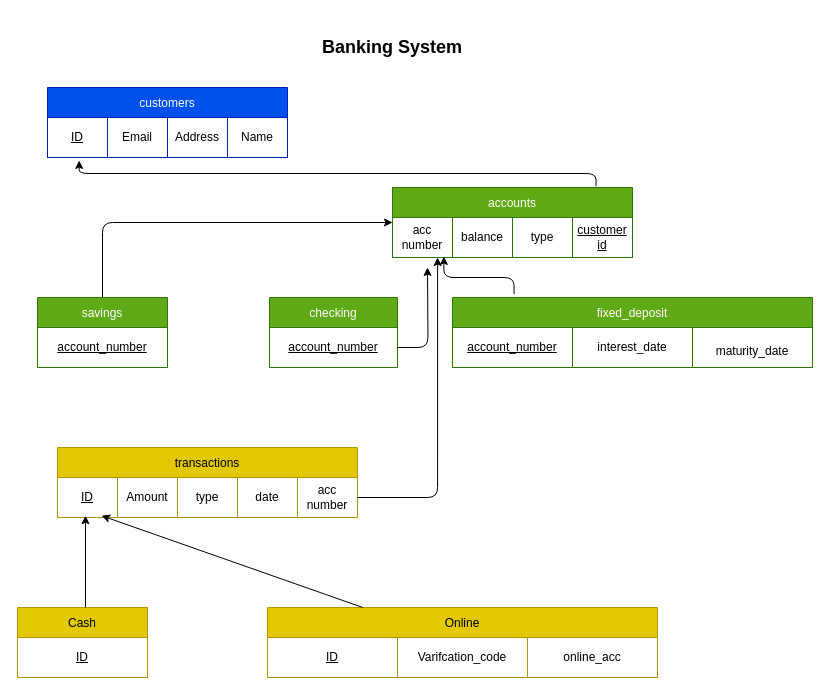
Earlier version of the draw.io diagram Mapping/task_3..drawio (mariamnabeh/Database-ERD-EERD-Models). Source tidied: cells renumbered, new cells numbered last; positions are measured from the earlier drawing's top-left corner, leaving out a move shared by most shapes. Both pictures are drawn from the tidied source at 100%, with x=0, y=0 at pixel (17, 17).
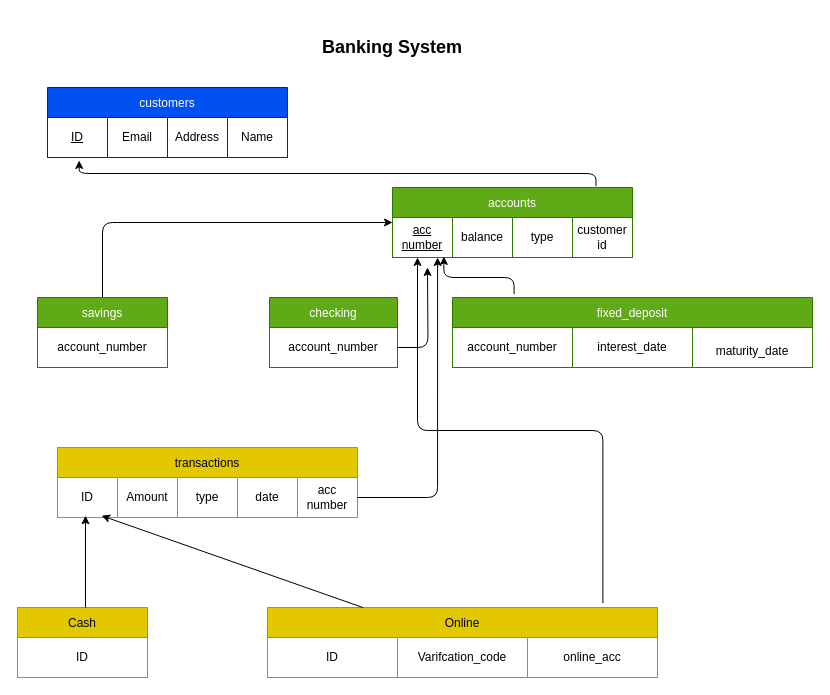
The same diagram, later.

Unchanged cells that the change refers to:
```xml
<mxCell id="10" style="shape=tableRow;horizontal=0;startSize=0;swimlaneHead=0;swimlaneBody=0;strokeColor=inherit;fillColor=none;points=[[0,0.5],[1,0.5]];portConstraint=eastwest;fixedHeader=1;" parent="9" vertex="1">
  <mxGeometry y="30" width="240" height="40" as="geometry" />
</mxCell>
<mxCell id="17" style="shape=tableRow;horizontal=0;startSize=0;swimlaneHead=0;swimlaneBody=0;strokeColor=inherit;fillColor=none;points=[[0,0.5],[1,0.5]];portConstraint=eastwest;fixedHeader=1;" parent="16" vertex="1">
  <mxGeometry y="30" width="128" height="40" as="geometry" />
</mxCell>
<mxCell id="21" style="shape=tableRow;horizontal=0;startSize=0;swimlaneHead=0;swimlaneBody=0;strokeColor=inherit;fillColor=none;fixedHeader=1;" parent="20" vertex="1">
  <mxGeometry y="30" width="130" height="40" as="geometry" />
</mxCell>
<mxCell id="24" style="shape=tableRow;horizontal=0;startSize=0;swimlaneHead=0;swimlaneBody=0;strokeColor=inherit;fillColor=none;fixedHeader=1;" parent="23" vertex="1">
  <mxGeometry y="30" width="360" height="40" as="geometry" />
</mxCell>
<mxCell id="31" style="shape=tableRow;horizontal=0;startSize=0;swimlaneHead=0;swimlaneBody=0;strokeColor=inherit;fillColor=none;points=[[0,0.5],[1,0.5]];portConstraint=eastwest;fixedHeader=1;" parent="30" vertex="1">
  <mxGeometry y="30" width="300" height="40" as="geometry" />
</mxCell>
<mxCell id="38" value="Online" style="shape=table;startSize=30;childLayout=tableLayout;fixedHeader=1;tableRender=collapsed;fillColor=#e3c800;fontColor=#000000;strokeColor=#B09500;" parent="1" vertex="1">
  <mxGeometry x="250" y="590" width="390" height="70" as="geometry" />
</mxCell>
<mxCell id="39" style="shape=tableRow;horizontal=0;startSize=0;swimlaneHead=0;swimlaneBody=0;strokeColor=inherit;fillColor=none;fixedHeader=1;" parent="38" vertex="1">
  <mxGeometry y="30" width="390" height="40" as="geometry" />
</mxCell>
<mxCell id="44" style="shape=tableRow;horizontal=0;startSize=0;swimlaneHead=0;swimlaneBody=0;strokeColor=inherit;fillColor=none;fixedHeader=1;" parent="43" vertex="1">
  <mxGeometry y="30" width="130" height="40" as="geometry" />
</mxCell>
```

Change to the diagram source:
```diff
@@
-    <mxCell id="11" value="acc number" style="shape=partialRectangle;html=1;whiteSpace=wrap;strokeColor=inherit;overflow=hidden;fillColor=none;" parent="10" vertex="1">
+    <mxCell id="11" value="&lt;u&gt;acc number&lt;/u&gt;" style="shape=partialRectangle;html=1;whiteSpace=wrap;strokeColor=inherit;overflow=hidden;fillColor=none;" parent="10" vertex="1">
       <mxGeometry width="60" height="40" as="geometry" />
     </mxCell>
@@
-    <mxCell id="14" value="&lt;u&gt;customer&lt;/u&gt;&lt;div&gt;&lt;u&gt;id&lt;/u&gt;&lt;/div&gt;" style="shape=partialRectangle;html=1;whiteSpace=wrap;strokeColor=inherit;overflow=hidden;fillColor=none;" parent="10" vertex="1">
+    <mxCell id="14" value="customer&lt;div&gt;id&lt;/div&gt;" style="shape=partialRectangle;html=1;whiteSpace=wrap;strokeColor=inherit;overflow=hidden;fillColor=none;" parent="10" vertex="1">
       <mxGeometry x="180" width="60" height="40" as="geometry" />
     </mxCell>
@@
-    <mxCell id="18" value="&lt;u&gt;account_number&lt;/u&gt;" style="shape=partialRectangle;html=1;whiteSpace=wrap;strokeColor=inherit;overflow=hidden;fillColor=none;" parent="17" vertex="1">
+    <mxCell id="18" value="account_number" style="shape=partialRectangle;html=1;whiteSpace=wrap;strokeColor=inherit;overflow=hidden;fillColor=none;" parent="17" vertex="1">
       <mxGeometry width="128" height="40" as="geometry" />
     </mxCell>
@@
-    <mxCell id="22" value="&lt;u&gt;account_number&lt;/u&gt;" style="shape=partialRectangle;html=1;whiteSpace=wrap;strokeColor=inherit;overflow=hidden;fillColor=none;" parent="21" vertex="1">
+    <mxCell id="22" value="account_number" style="shape=partialRectangle;html=1;whiteSpace=wrap;strokeColor=inherit;overflow=hidden;fillColor=none;" parent="21" vertex="1">
       <mxGeometry width="130" height="40" as="geometry" />
     </mxCell>
@@
-    <mxCell id="25" value="&lt;u&gt;account_number&lt;/u&gt;" style="shape=partialRectangle;html=1;whiteSpace=wrap;strokeColor=inherit;overflow=hidden;fillColor=none;" parent="24" vertex="1">
+    <mxCell id="25" value="account_number" style="shape=partialRectangle;html=1;whiteSpace=wrap;strokeColor=inherit;overflow=hidden;fillColor=none;" parent="24" vertex="1">
       <mxGeometry width="120" height="40" as="geometry" />
     </mxCell>
@@
-    <mxCell id="32" value="&lt;u&gt;ID&lt;/u&gt;" style="shape=partialRectangle;html=1;whiteSpace=wrap;strokeColor=inherit;overflow=hidden;fillColor=none;" parent="31" vertex="1">
+    <mxCell id="32" value="ID" style="shape=partialRectangle;html=1;whiteSpace=wrap;strokeColor=inherit;overflow=hidden;fillColor=none;" parent="31" vertex="1">
       <mxGeometry width="60" height="40" as="geometry" />
     </mxCell>
@@
-    <mxCell id="40" value="&lt;u&gt;ID&lt;/u&gt;" style="shape=partialRectangle;html=1;whiteSpace=wrap;strokeColor=inherit;overflow=hidden;fillColor=none;" parent="39" vertex="1">
+    <mxCell id="40" value="ID" style="shape=partialRectangle;html=1;whiteSpace=wrap;strokeColor=inherit;overflow=hidden;fillColor=none;" parent="39" vertex="1">
       <mxGeometry width="130" height="40" as="geometry" />
     </mxCell>
@@
-    <mxCell id="45" value="&lt;u&gt;ID&lt;/u&gt;" style="shape=partialRectangle;html=1;whiteSpace=wrap;strokeColor=inherit;overflow=hidden;fillColor=none;" parent="44" vertex="1">
+    <mxCell id="45" value="ID" style="shape=partialRectangle;html=1;whiteSpace=wrap;strokeColor=inherit;overflow=hidden;fillColor=none;" parent="44" vertex="1">
       <mxGeometry width="130" height="40" as="geometry" />
     </mxCell>
@@
+    <mxCell id="48" style="edgeStyle=elbowEdgeStyle;html=1;entryX=0.02;entryY=1.055;entryDx=0;entryDy=0;entryPerimeter=0;elbow=vertical;exitX=0.86;exitY=-0.062;exitDx=0;exitDy=0;exitPerimeter=0;" parent="1" edge="1" source="38">
+      <mxGeometry x="0.24" relative="1" as="geometry">
+        <mxPoint x="400" y="240" as="targetPoint" />
+      </mxGeometry>
+    </mxCell>
```
